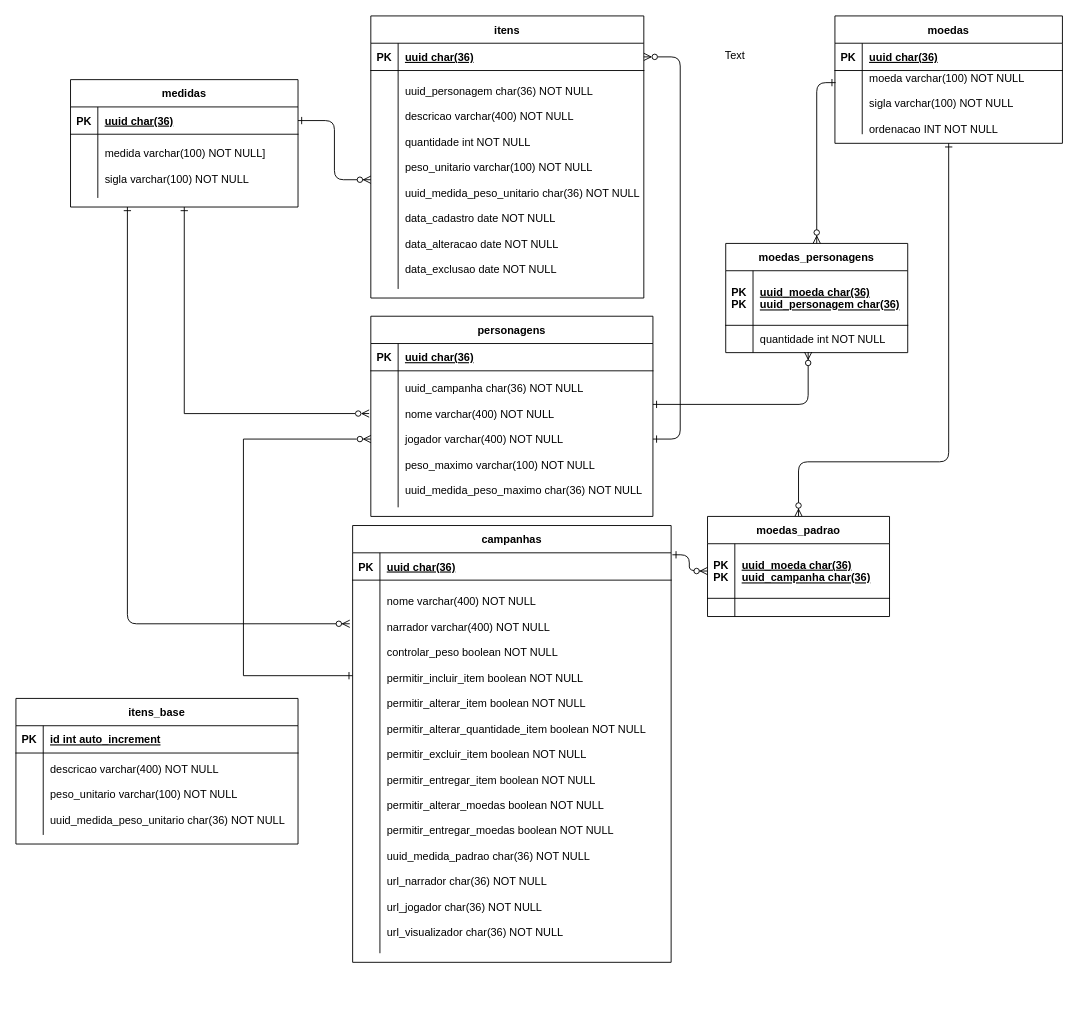
The draw.io diagram dados/der.drawio in lgapontes/adnd, before the edit. Source tidied: cells renumbered, new cells numbered last; positions are measured from the earlier drawing's top-left corner, leaving out a move shared by most shapes. Both pictures are drawn from the tidied source at 91%, with x=0, y=0 at pixel (15, 15).
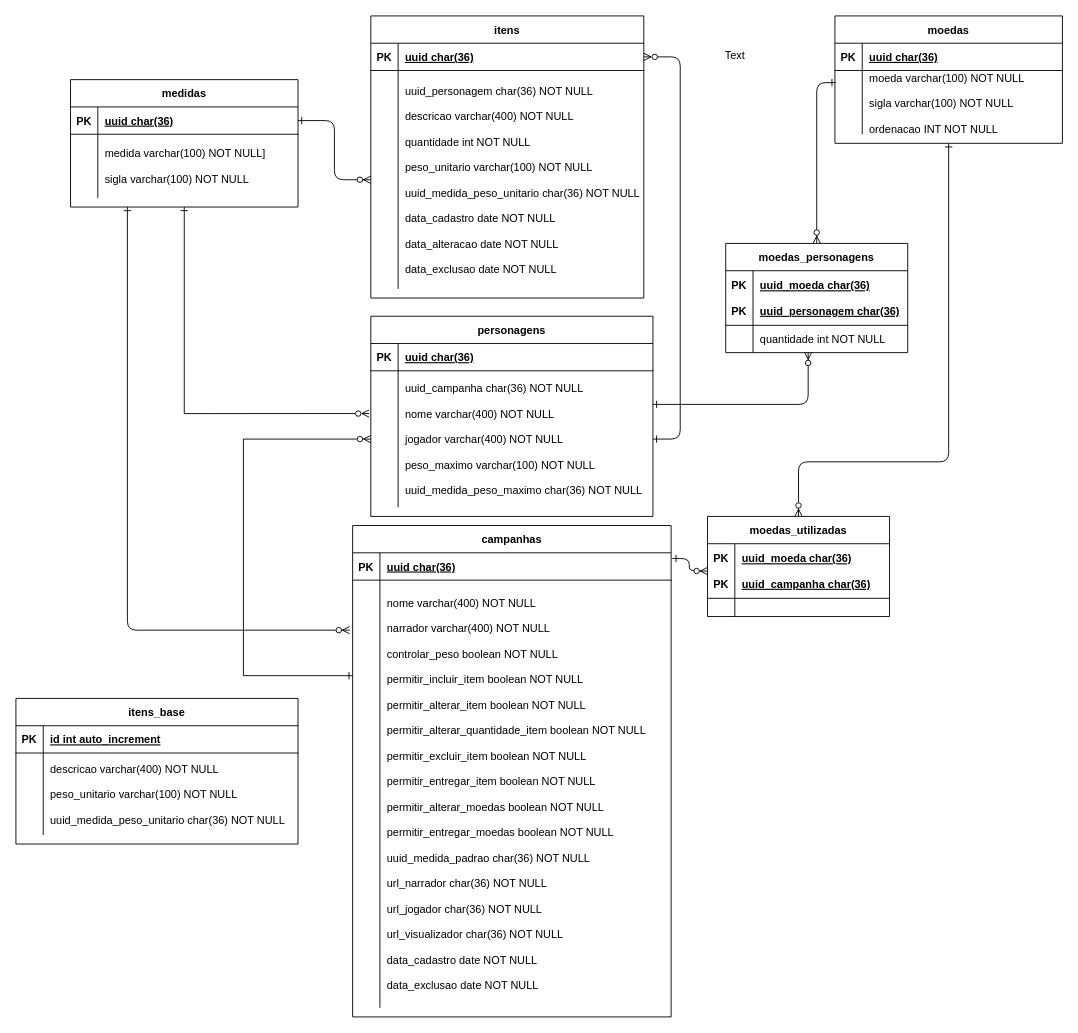
After the change.

Commit message (it also covers changes not shown here):
populando tela edicao campanha

Unchanged cells that the change refers to:
```xml
<mxCell id="51" style="shape=partialRectangle;fillColor=none;points=[[0,0.5],[1,0.5]];portConstraint=eastwest;top=0;left=0;right=0;bottom=1;" parent="50" vertex="1">
  <mxGeometry y="30" width="200" height="60" as="geometry" />
</mxCell>
<mxCell id="59" style="shape=partialRectangle;fillColor=none;top=0;left=0;right=0;bottom=1;" parent="58" vertex="1">
  <mxGeometry y="30" width="200" height="60" as="geometry" />
</mxCell>
```

What changed in the source:
```diff
@@
     <mxCell id="26" value="campanhas" style="shape=table;startSize=30;childLayout=tableLayout;rowLines=0;fontStyle=1;align=center;" parent="1" vertex="1">
-      <mxGeometry x="370" y="560" width="350" height="480" as="geometry" />
+      <mxGeometry x="370" y="560" width="350" height="540" as="geometry" />
     </mxCell>
@@
     <mxCell id="30" style="shape=partialRectangle;fillColor=none;points=[[0,0.5],[1,0.5]];portConstraint=eastwest;top=0;left=0;right=0;bottom=0;" parent="26" vertex="1">
-      <mxGeometry y="60" width="350" height="410" as="geometry" />
+      <mxGeometry y="60" width="350" height="470" as="geometry" />
     </mxCell>
     <mxCell id="31" style="shape=partialRectangle;overflow=hidden;fillColor=none;top=0;left=0;bottom=0;right=0;" parent="30" vertex="1">
-      <mxGeometry width="30" height="410" as="geometry" />
+      <mxGeometry width="30" height="470" as="geometry" />
     </mxCell>
-    <mxCell id="32" value="nome varchar(400) NOT NULL&#10;&#10;narrador varchar(400) NOT NULL&#10;&#10;controlar_peso boolean NOT NULL&#10;&#10;permitir_incluir_item boolean NOT NULL&#10;&#10;permitir_alterar_item boolean NOT NULL&#10;&#10;permitir_alterar_quantidade_item boolean NOT NULL&#10;&#10;permitir_excluir_item boolean NOT NULL&#10;&#10;permitir_entregar_item boolean NOT NULL&#10;&#10;permitir_alterar_moedas boolean NOT NULL&#10;&#10;permitir_entregar_moedas boolean NOT NULL&#10;&#10;uuid_medida_padrao char(36) NOT NULL&#10;&#10;url_narrador char(36) NOT NULL&#10;&#10;url_jogador char(36) NOT NULL&#10;&#10;url_visualizador char(36) NOT NULL" style="shape=partialRectangle;overflow=hidden;fillColor=none;top=0;left=0;bottom=0;right=0;align=left;spacingLeft=6;" parent="30" vertex="1">
-      <mxGeometry x="30" width="320" height="410" as="geometry" />
+    <mxCell id="32" value="nome varchar(400) NOT NULL&#10;&#10;narrador varchar(400) NOT NULL&#10;&#10;controlar_peso boolean NOT NULL&#10;&#10;permitir_incluir_item boolean NOT NULL&#10;&#10;permitir_alterar_item boolean NOT NULL&#10;&#10;permitir_alterar_quantidade_item boolean NOT NULL&#10;&#10;permitir_excluir_item boolean NOT NULL&#10;&#10;permitir_entregar_item boolean NOT NULL&#10;&#10;permitir_alterar_moedas boolean NOT NULL&#10;&#10;permitir_entregar_moedas boolean NOT NULL&#10;&#10;uuid_medida_padrao char(36) NOT NULL&#10;&#10;url_narrador char(36) NOT NULL&#10;&#10;url_jogador char(36) NOT NULL&#10;&#10;url_visualizador char(36) NOT NULL&#10;&#10;data_cadastro date NOT NULL&#10;&#10;data_exclusao date NOT NULL" style="shape=partialRectangle;overflow=hidden;fillColor=none;top=0;left=0;bottom=0;right=0;align=left;spacingLeft=6;" parent="30" vertex="1">
+      <mxGeometry x="30" width="320" height="470" as="geometry" />
     </mxCell>
@@
-    <mxCell id="50" value="moedas_padrao" style="shape=table;startSize=30;childLayout=tableLayout;rowLines=0;fontStyle=1;align=center;" parent="1" vertex="1">
+    <mxCell id="50" value="moedas_utilizadas" style="shape=table;startSize=30;childLayout=tableLayout;rowLines=0;fontStyle=1;align=center;" parent="1" vertex="1">
       <mxGeometry x="760" y="550" width="200" height="110" as="geometry" />
     </mxCell>
@@
-    <mxCell id="52" value="PK&#10;PK" style="shape=partialRectangle;overflow=hidden;fillColor=none;top=0;left=0;bottom=0;right=0;fontStyle=1;" parent="51" vertex="1">
+    <mxCell id="52" value="PK&#10;&#10;PK" style="shape=partialRectangle;overflow=hidden;fillColor=none;top=0;left=0;bottom=0;right=0;fontStyle=1;" parent="51" vertex="1">
       <mxGeometry width="30" height="60" as="geometry" />
     </mxCell>
-    <mxCell id="53" value="uuid_moeda char(36)&#10;uuid_campanha char(36)" style="shape=partialRectangle;overflow=hidden;fillColor=none;top=0;left=0;bottom=0;right=0;align=left;spacingLeft=6;fontStyle=5;" parent="51" vertex="1">
+    <mxCell id="53" value="uuid_moeda char(36)&#10;&#10;uuid_campanha char(36)" style="shape=partialRectangle;overflow=hidden;fillColor=none;top=0;left=0;bottom=0;right=0;align=left;spacingLeft=6;fontStyle=5;" parent="51" vertex="1">
       <mxGeometry x="30" width="170" height="60" as="geometry" />
     </mxCell>
@@
-    <mxCell id="60" value="PK&#10;PK" style="shape=partialRectangle;overflow=hidden;fillColor=none;top=0;left=0;bottom=0;right=0;fontStyle=1;" parent="59" vertex="1">
+    <mxCell id="60" value="PK&#10;&#10;PK" style="shape=partialRectangle;overflow=hidden;fillColor=none;top=0;left=0;bottom=0;right=0;fontStyle=1;" parent="59" vertex="1">
       <mxGeometry width="30" height="60" as="geometry" />
     </mxCell>
-    <mxCell id="61" value="uuid_moeda char(36)&#10;uuid_personagem char(36)" style="shape=partialRectangle;overflow=hidden;fillColor=none;top=0;left=0;bottom=0;right=0;align=left;spacingLeft=6;fontStyle=5;" parent="59" vertex="1">
+    <mxCell id="61" value="uuid_moeda char(36)&#10;&#10;uuid_personagem char(36)" style="shape=partialRectangle;overflow=hidden;fillColor=none;top=0;left=0;bottom=0;right=0;align=left;spacingLeft=6;fontStyle=5;" parent="59" vertex="1">
       <mxGeometry x="30" width="170" height="60" as="geometry" />
     </mxCell>
```
